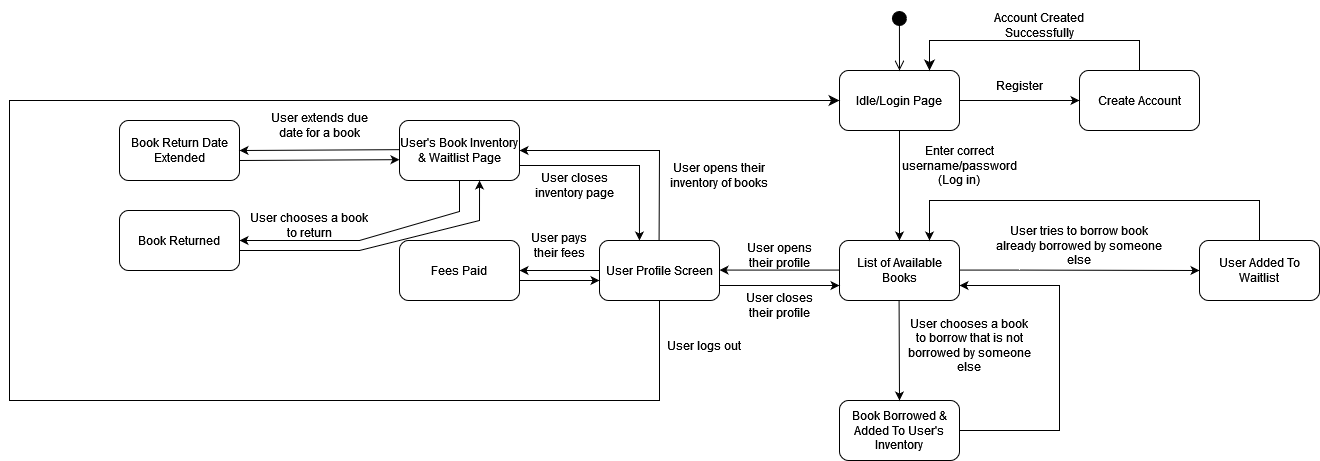
ArjayReyes/CS-151-Tully keeps this draw.io diagram as diagrams/stateDiagram.png. Above is the earlier version. Source tidied: cells renumbered, new cells last; positions are measured from the earlier drawing's top-left corner, leaving out a move shared by most shapes.
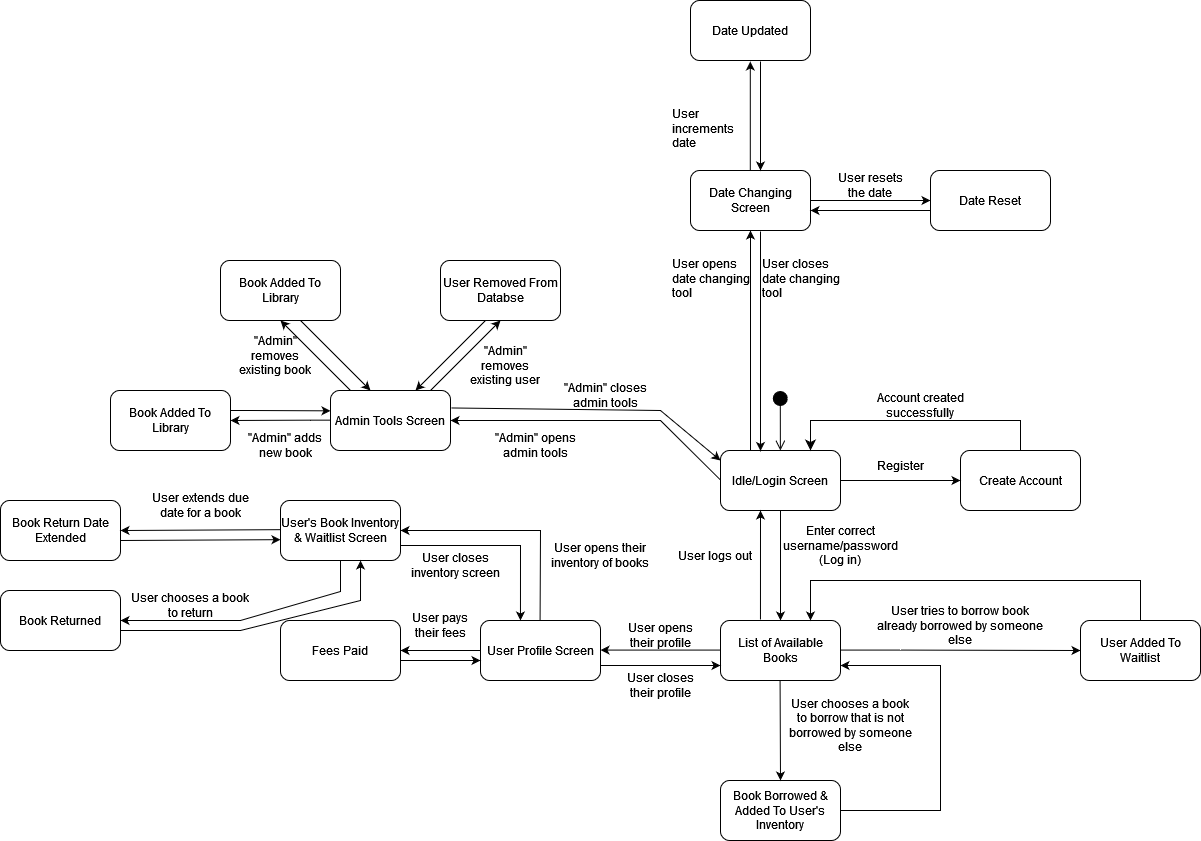
Later version of the same file.

Change to the diagram source:
```diff
@@ -2,15 +2,15 @@
   <root>
     <mxCell id="0" />
     <mxCell id="1" parent="0" />
-    <mxCell id="2" value="Idle/Login Page" style="rounded=1;whiteSpace=wrap;html=1;" parent="1" vertex="1">
+    <mxCell id="2" value="Idle/Login Screen" style="rounded=1;whiteSpace=wrap;html=1;" parent="1" vertex="1">
       <mxGeometry x="830" y="70" width="120" height="60" as="geometry" />
     </mxCell>
     <mxCell id="3" style="html=1;verticalAlign=bottom;startArrow=circle;startFill=1;endArrow=open;startSize=6;endSize=8;curved=0;rounded=0;" parent="1" edge="1">
       <mxGeometry relative="1" as="geometry">
-        <mxPoint x="889.9" y="10" as="sourcePoint" />
-        <mxPoint x="890" y="70" as="targetPoint" />
+        <mxPoint x="889.8" y="10" as="sourcePoint" />
+        <mxPoint x="889.9" y="70" as="targetPoint" />
         <Array as="points">
-          <mxPoint x="889.9" y="20" />
+          <mxPoint x="889.8" y="20" />
         </Array>
       </mxGeometry>
     </mxCell>
@@ -42,7 +42,7 @@
         </Array>
       </mxGeometry>
     </mxCell>
-    <mxCell id="11" value="Account Created Successfully" style="text;html=1;strokeColor=none;fillColor=none;align=center;verticalAlign=middle;whiteSpace=wrap;rounded=0;" parent="1" vertex="1">
+    <mxCell id="11" value="Account created successfully" style="text;html=1;strokeColor=none;fillColor=none;align=center;verticalAlign=middle;whiteSpace=wrap;rounded=0;" parent="1" vertex="1">
       <mxGeometry x="970" width="120" height="50" as="geometry" />
     </mxCell>
     <mxCell id="12" style="endArrow=classic;html=1;rounded=0;exitX=0;exitY=0.5;exitDx=0;exitDy=0;entryX=1;entryY=0.5;entryDx=0;entryDy=0;" parent="1" edge="1">
@@ -55,7 +55,7 @@
       </mxGeometry>
     </mxCell>
     <mxCell id="13" value="User logs out" style="text;html=1;strokeColor=none;fillColor=none;align=center;verticalAlign=middle;whiteSpace=wrap;rounded=0;" parent="1" vertex="1">
-      <mxGeometry x="650" y="320" width="90" height="50" as="geometry" />
+      <mxGeometry x="780" y="150" width="90" height="50" as="geometry" />
     </mxCell>
     <mxCell id="14" style="endArrow=classic;html=1;rounded=0;exitX=1;exitY=0.5;exitDx=0;exitDy=0;entryX=1;entryY=0.75;entryDx=0;entryDy=0;" parent="1" edge="1" source="5" target="18">
       <mxGeometry relative="1" as="geometry">
@@ -102,15 +102,6 @@
     <mxCell id="24" value="User closes their profile" style="text;html=1;strokeColor=none;fillColor=none;align=center;verticalAlign=middle;whiteSpace=wrap;rounded=0;" parent="1" vertex="1">
       <mxGeometry x="730" y="280" width="80" height="50" as="geometry" />
     </mxCell>
-    <mxCell id="25" style="edgeStyle=orthogonalEdgeStyle;elbow=vertical;endArrow=classic;html=1;rounded=0;endSize=8;startSize=8;entryX=0;entryY=0.5;entryDx=0;entryDy=0;exitX=0.5;exitY=1;exitDx=0;exitDy=0;" parent="1" edge="1" source="20" target="2">
-      <mxGeometry relative="1" as="geometry">
-        <Array as="points">
-          <mxPoint x="650" y="400" />
-          <mxPoint y="400" />
-          <mxPoint y="100" />
-        </Array>
-      </mxGeometry>
-    </mxCell>
     <mxCell id="26" style="endArrow=classic;html=1;rounded=0;exitX=0.5;exitY=0;exitDx=0;exitDy=0;entryX=1;entryY=0.5;entryDx=0;entryDy=0;" parent="1" edge="1" target="27">
       <mxGeometry relative="1" as="geometry">
         <mxPoint x="649.6" y="240" as="sourcePoint" />
@@ -119,7 +110,7 @@
         </Array>
       </mxGeometry>
     </mxCell>
-    <mxCell id="27" value="User's Book Inventory &amp;amp; Waitlist Page" style="rounded=1;whiteSpace=wrap;html=1;" parent="1" vertex="1">
+    <mxCell id="27" value="User's Book Inventory &amp;amp; Waitlist Screen" style="rounded=1;whiteSpace=wrap;html=1;" parent="1" vertex="1">
       <mxGeometry x="390" y="120" width="120" height="60" as="geometry" />
     </mxCell>
     <mxCell id="28" style="endArrow=classic;html=1;rounded=0;exitX=0;exitY=0.5;exitDx=0;exitDy=0;entryX=0;entryY=0.5;entryDx=0;entryDy=0;" parent="1" edge="1" target="29">
@@ -196,7 +187,7 @@
         </Array>
       </mxGeometry>
     </mxCell>
-    <mxCell id="42" value="User closes inventory page" style="text;html=1;strokeColor=none;fillColor=none;align=center;verticalAlign=middle;whiteSpace=wrap;rounded=0;" parent="1" vertex="1">
+    <mxCell id="42" value="User closes inventory screen" style="text;html=1;strokeColor=none;fillColor=none;align=center;verticalAlign=middle;whiteSpace=wrap;rounded=0;" parent="1" vertex="1">
       <mxGeometry x="510" y="160" width="110" height="50" as="geometry" />
     </mxCell>
     <mxCell id="43" style="endArrow=classic;html=1;rounded=0;exitX=0;exitY=0.5;exitDx=0;exitDy=0;" parent="1" edge="1">
@@ -205,5 +196,165 @@
         <mxPoint x="590" y="280" as="targetPoint" />
       </mxGeometry>
     </mxCell>
+    <mxCell id="44" style="endArrow=classic;html=1;rounded=0;exitX=0.333;exitY=-0.017;exitDx=0;exitDy=0;exitPerimeter=0;" parent="1" edge="1" source="18">
+      <mxGeometry relative="1" as="geometry">
+        <mxPoint x="870" y="130" as="targetPoint" />
+      </mxGeometry>
+    </mxCell>
+    <mxCell id="45" style="endArrow=classic;html=1;rounded=0;exitX=0;exitY=0.5;exitDx=0;exitDy=0;entryX=1;entryY=0.5;entryDx=0;entryDy=0;" parent="1" edge="1" target="47">
+      <mxGeometry relative="1" as="geometry">
+        <mxPoint x="830" y="99.5" as="sourcePoint" />
+        <Array as="points">
+          <mxPoint x="770" y="40" />
+        </Array>
+      </mxGeometry>
+    </mxCell>
+    <mxCell id="46" value="&quot;Admin&quot; opens admin tools" style="text;html=1;strokeColor=none;fillColor=none;align=center;verticalAlign=middle;whiteSpace=wrap;rounded=0;" parent="1" vertex="1">
+      <mxGeometry x="600" y="40" width="90" height="50" as="geometry" />
+    </mxCell>
+    <mxCell id="47" value="Admin Tools Screen" style="rounded=1;whiteSpace=wrap;html=1;" parent="1" vertex="1">
+      <mxGeometry x="440" y="10" width="120" height="60" as="geometry" />
+    </mxCell>
+    <mxCell id="48" style="endArrow=classic;html=1;rounded=0;entryX=1;entryY=0.5;entryDx=0;entryDy=0;" parent="1" edge="1" target="50">
+      <mxGeometry relative="1" as="geometry">
+        <mxPoint x="440" y="39.7" as="sourcePoint" />
+        <Array as="points">
+          <mxPoint x="420" y="39.7" />
+        </Array>
+      </mxGeometry>
+    </mxCell>
+    <mxCell id="49" style="endArrow=classic;html=1;rounded=0;exitX=0.25;exitY=0;exitDx=0;exitDy=0;" parent="1" edge="1">
+      <mxGeometry relative="1" as="geometry">
+        <mxPoint x="460" y="10" as="sourcePoint" />
+        <mxPoint x="390" y="-60" as="targetPoint" />
+        <Array as="points">
+          <mxPoint x="430" y="-20" />
+          <mxPoint x="400" y="-50" />
+        </Array>
+      </mxGeometry>
+    </mxCell>
+    <mxCell id="50" value="Book Added To Library" style="rounded=1;whiteSpace=wrap;html=1;" parent="1" vertex="1">
+      <mxGeometry x="220" y="10" width="120" height="60" as="geometry" />
+    </mxCell>
+    <mxCell id="51" value="&quot;Admin&quot; adds new book" style="text;html=1;strokeColor=none;fillColor=none;align=center;verticalAlign=middle;whiteSpace=wrap;rounded=0;" parent="1" vertex="1">
+      <mxGeometry x="350" y="40" width="90" height="50" as="geometry" />
+    </mxCell>
+    <mxCell id="52" value="&quot;Admin&quot; removes existing book" style="text;html=1;strokeColor=none;fillColor=none;align=center;verticalAlign=middle;whiteSpace=wrap;rounded=0;" parent="1" vertex="1">
+      <mxGeometry x="340" y="-50" width="90" height="50" as="geometry" />
+    </mxCell>
+    <mxCell id="53" value="&quot;Admin&quot; removes existing user" style="text;html=1;strokeColor=none;fillColor=none;align=center;verticalAlign=middle;whiteSpace=wrap;rounded=0;" parent="1" vertex="1">
+      <mxGeometry x="570" y="-40" width="90" height="50" as="geometry" />
+    </mxCell>
+    <mxCell id="54" value="Book Added To Library" style="rounded=1;whiteSpace=wrap;html=1;" parent="1" vertex="1">
+      <mxGeometry x="330" y="-120" width="120" height="60" as="geometry" />
+    </mxCell>
+    <mxCell id="55" value="User Removed From Databse" style="rounded=1;whiteSpace=wrap;html=1;" parent="1" vertex="1">
+      <mxGeometry x="550" y="-120" width="120" height="60" as="geometry" />
+    </mxCell>
+    <mxCell id="56" style="endArrow=classic;html=1;rounded=0;exitX=0.25;exitY=0;exitDx=0;exitDy=0;" parent="1" edge="1">
+      <mxGeometry relative="1" as="geometry">
+        <mxPoint x="540" y="10" as="sourcePoint" />
+        <mxPoint x="610" y="-60" as="targetPoint" />
+        <Array as="points">
+          <mxPoint x="570" y="-20" />
+          <mxPoint x="600" y="-50" />
+        </Array>
+      </mxGeometry>
+    </mxCell>
+    <mxCell id="57" style="endArrow=classic;html=1;rounded=0;exitX=0.25;exitY=0;exitDx=0;exitDy=0;" parent="1" edge="1">
+      <mxGeometry relative="1" as="geometry">
+        <mxPoint x="595" y="-60" as="sourcePoint" />
+        <mxPoint x="525" y="10" as="targetPoint" />
+        <Array as="points">
+          <mxPoint x="565" y="-30" />
+          <mxPoint x="535" />
+        </Array>
+      </mxGeometry>
+    </mxCell>
+    <mxCell id="58" style="endArrow=classic;html=1;rounded=0;exitX=0.25;exitY=0;exitDx=0;exitDy=0;" parent="1" edge="1">
+      <mxGeometry relative="1" as="geometry">
+        <mxPoint x="410" y="-60" as="sourcePoint" />
+        <mxPoint x="480" y="10" as="targetPoint" />
+        <Array as="points">
+          <mxPoint x="440" y="-30" />
+          <mxPoint x="470" />
+        </Array>
+      </mxGeometry>
+    </mxCell>
+    <mxCell id="59" style="endArrow=classic;html=1;rounded=0;entryX=1;entryY=0.5;entryDx=0;entryDy=0;" parent="1" edge="1">
+      <mxGeometry relative="1" as="geometry">
+        <mxPoint x="340" y="30" as="sourcePoint" />
+        <mxPoint x="440" y="30.3" as="targetPoint" />
+        <Array as="points">
+          <mxPoint x="360" y="30" />
+        </Array>
+      </mxGeometry>
+    </mxCell>
+    <mxCell id="60" style="endArrow=classic;html=1;rounded=0;exitX=1.006;exitY=0.291;exitDx=0;exitDy=0;exitPerimeter=0;entryX=0;entryY=0.167;entryDx=0;entryDy=0;entryPerimeter=0;" parent="1" edge="1" source="47" target="2">
+      <mxGeometry relative="1" as="geometry">
+        <Array as="points">
+          <mxPoint x="770" y="30" />
+        </Array>
+      </mxGeometry>
+    </mxCell>
+    <mxCell id="61" value="&quot;Admin&quot; closes admin tools" style="text;html=1;strokeColor=none;fillColor=none;align=center;verticalAlign=middle;whiteSpace=wrap;rounded=0;" parent="1" vertex="1">
+      <mxGeometry x="670" y="-10" width="90" height="50" as="geometry" />
+    </mxCell>
+    <mxCell id="62" style="endArrow=classic;html=1;rounded=0;exitX=0.333;exitY=-0.017;exitDx=0;exitDy=0;exitPerimeter=0;entryX=0.5;entryY=1;entryDx=0;entryDy=0;" parent="1" edge="1" target="64">
+      <mxGeometry relative="1" as="geometry">
+        <mxPoint x="860" y="69.5" as="sourcePoint" />
+      </mxGeometry>
+    </mxCell>
+    <mxCell id="63" value="User opens date changing tool" style="text;whiteSpace=wrap;html=1;" parent="1" vertex="1">
+      <mxGeometry x="780" y="-130" width="80" height="70" as="geometry" />
+    </mxCell>
+    <mxCell id="64" value="Date Changing Screen" style="rounded=1;whiteSpace=wrap;html=1;" parent="1" vertex="1">
+      <mxGeometry x="800" y="-210" width="120" height="60" as="geometry" />
+    </mxCell>
+    <mxCell id="65" style="endArrow=classic;html=1;rounded=0;exitX=0.333;exitY=-0.017;exitDx=0;exitDy=0;exitPerimeter=0;" parent="1" edge="1">
+      <mxGeometry relative="1" as="geometry">
+        <mxPoint x="859.8" y="-210" as="sourcePoint" />
+        <mxPoint x="859.8" y="-319" as="targetPoint" />
+      </mxGeometry>
+    </mxCell>
+    <mxCell id="66" value="&lt;div&gt;User increments&lt;/div&gt;&lt;div&gt;date&lt;/div&gt;" style="text;whiteSpace=wrap;html=1;" parent="1" vertex="1">
+      <mxGeometry x="780" y="-280" width="80" height="70" as="geometry" />
+    </mxCell>
+    <mxCell id="67" value="Date Updated" style="rounded=1;whiteSpace=wrap;html=1;" parent="1" vertex="1">
+      <mxGeometry x="800" y="-380" width="120" height="60" as="geometry" />
+    </mxCell>
+    <mxCell id="68" style="endArrow=classic;html=1;rounded=0;exitX=0.333;exitY=-0.017;exitDx=0;exitDy=0;exitPerimeter=0;" parent="1" edge="1">
+      <mxGeometry relative="1" as="geometry">
+        <mxPoint x="870" y="-319" as="sourcePoint" />
+        <mxPoint x="870" y="-210" as="targetPoint" />
+      </mxGeometry>
+    </mxCell>
+    <mxCell id="69" style="endArrow=classic;html=1;rounded=0;exitX=0.333;exitY=-0.017;exitDx=0;exitDy=0;exitPerimeter=0;entryX=0.5;entryY=1;entryDx=0;entryDy=0;" parent="1" edge="1">
+      <mxGeometry relative="1" as="geometry">
+        <mxPoint x="870" y="-149" as="sourcePoint" />
+        <mxPoint x="870" y="70.5" as="targetPoint" />
+      </mxGeometry>
+    </mxCell>
+    <mxCell id="70" value="User closes date changing tool" style="text;whiteSpace=wrap;html=1;" parent="1" vertex="1">
+      <mxGeometry x="870" y="-130" width="80" height="70" as="geometry" />
+    </mxCell>
+    <mxCell id="71" style="endArrow=classic;html=1;rounded=0;exitX=1;exitY=0.5;exitDx=0;exitDy=0;entryX=0;entryY=0.5;entryDx=0;entryDy=0;" parent="1" edge="1">
+      <mxGeometry relative="1" as="geometry">
+        <mxPoint x="920" y="-180" as="sourcePoint" />
+        <mxPoint x="1040" y="-180" as="targetPoint" />
+      </mxGeometry>
+    </mxCell>
+    <mxCell id="72" value="User resets the date" style="text;html=1;strokeColor=none;fillColor=none;align=center;verticalAlign=middle;whiteSpace=wrap;rounded=0;" parent="1" vertex="1">
+      <mxGeometry x="940" y="-220" width="80" height="50" as="geometry" />
+    </mxCell>
+    <mxCell id="73" value="Date Reset" style="rounded=1;whiteSpace=wrap;html=1;" parent="1" vertex="1">
+      <mxGeometry x="1040" y="-210" width="120" height="60" as="geometry" />
+    </mxCell>
+    <mxCell id="74" style="endArrow=classic;html=1;rounded=0;exitX=1;exitY=0.5;exitDx=0;exitDy=0;entryX=0;entryY=0.5;entryDx=0;entryDy=0;" parent="1" edge="1">
+      <mxGeometry relative="1" as="geometry">
+        <mxPoint x="1040" y="-170" as="sourcePoint" />
+        <mxPoint x="920" y="-170" as="targetPoint" />
+      </mxGeometry>
+    </mxCell>
   </root>
 </mxGraphModel>
```
